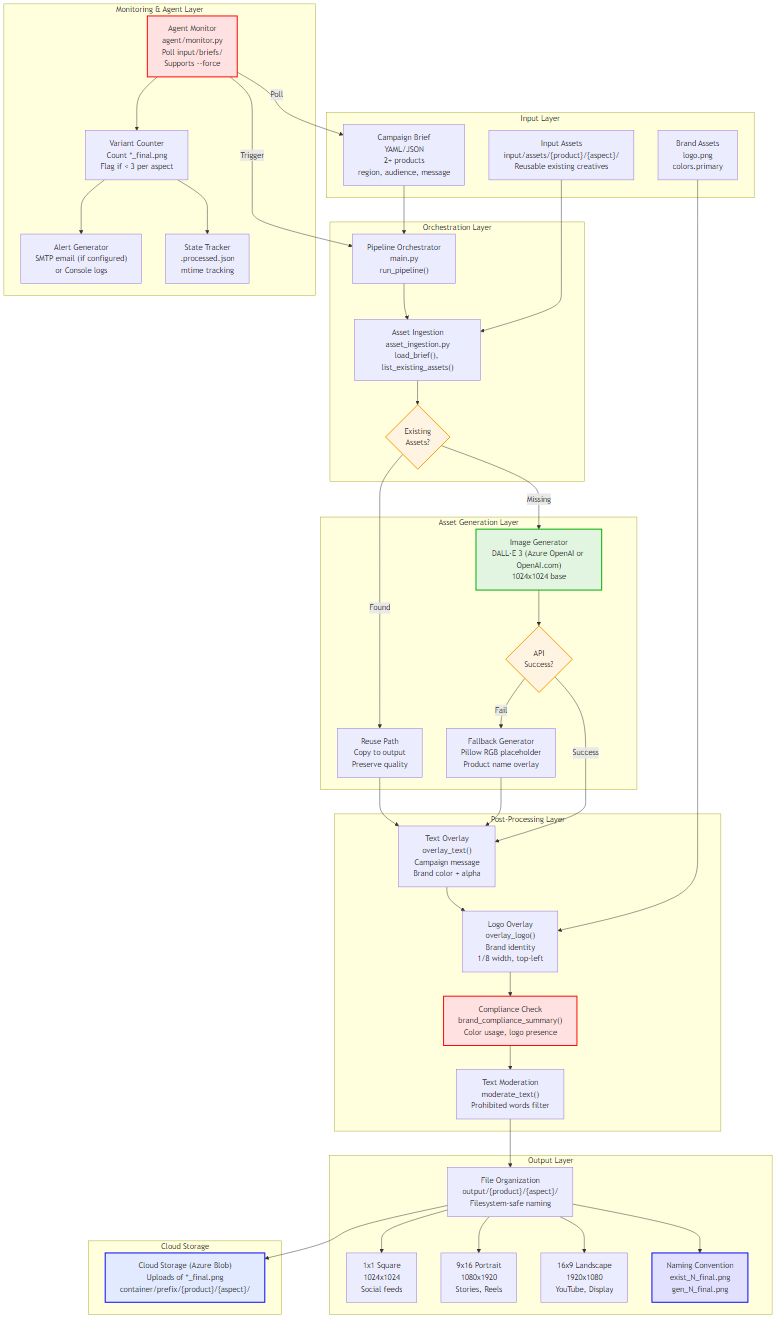
Earlier version of the Mermaid export docs/architecture_diagram.png (serapsen/ai-automation). Its source is kept beside it as docs/architecture_diagram.mmd.
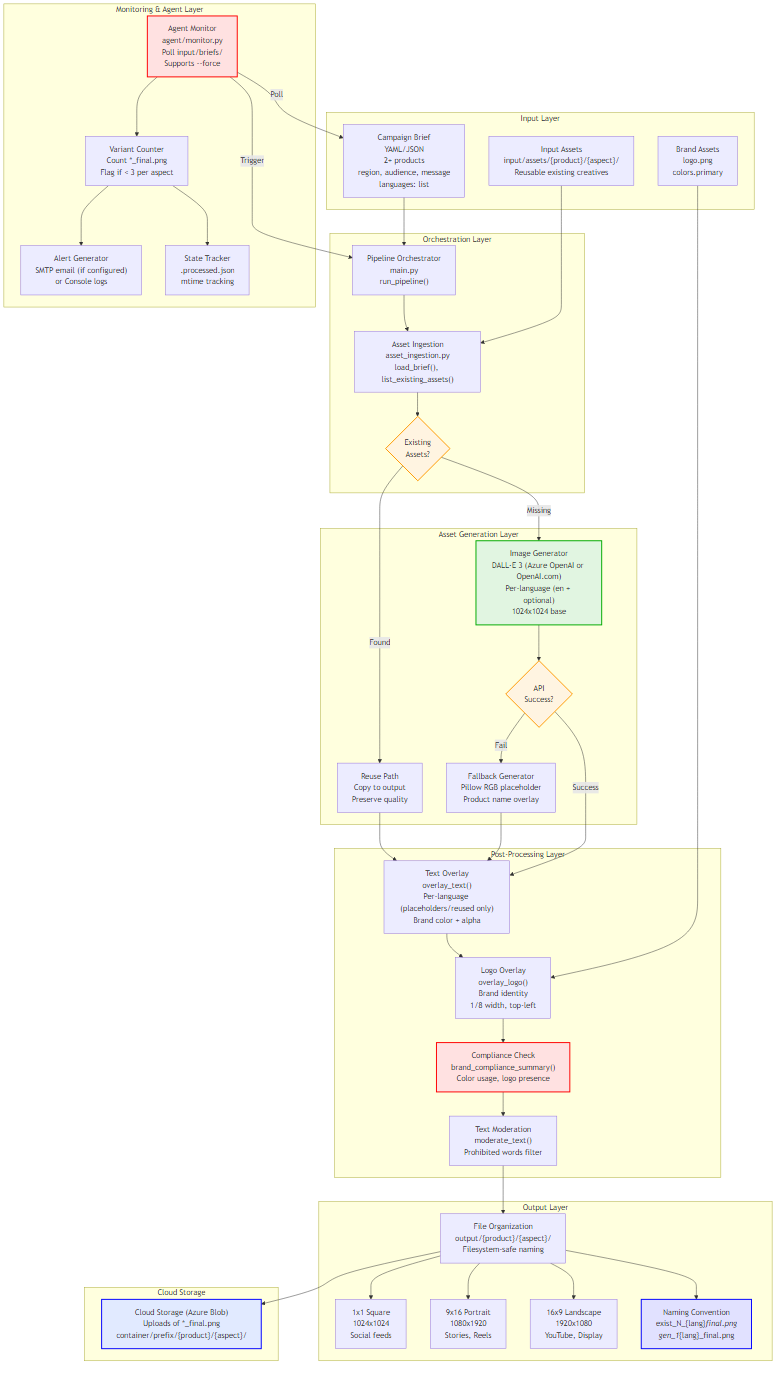
Above is the later version.

Change to the diagram source:
```diff
@@ -1,6 +1,6 @@
 flowchart TB
   subgraph "Input Layer"
-    A["Campaign Brief<br/>YAML/JSON<br/>2+ products<br/>region, audience, message"]
+    A["Campaign Brief<br/>YAML/JSON<br/>2+ products<br/>region, audience, message<br/>languages: list"]
     B["Input Assets<br/>input/assets/{product}/{aspect}/<br/>Reusable existing creatives"]
     C["Brand Assets<br/>logo.png<br/>colors.primary"]
   end
@@ -13,13 +13,13 @@
 
   subgraph "Asset Generation Layer"
     G["Reuse Path<br/>Copy to output<br/>Preserve quality"]
-    H["Image Generator<br/>DALL·E 3 (Azure OpenAI or OpenAI.com)<br/>1024x1024 base"]
+    H["Image Generator<br/>DALL·E 3 (Azure OpenAI or OpenAI.com)<br/>Per-language (en + optional)<br/>1024x1024 base"]
     I{"API<br/>Success?"}
     J["Fallback Generator<br/>Pillow RGB placeholder<br/>Product name overlay"]
   end
 
   subgraph "Post-Processing Layer"
-    K["Text Overlay<br/>overlay_text()<br/>Campaign message<br/>Brand color + alpha"]
+    K["Text Overlay<br/>overlay_text()<br/>Per-language (placeholders/reused only)<br/>Brand color + alpha"]
     L["Logo Overlay<br/>overlay_logo()<br/>Brand identity<br/>1/8 width, top-left"]
     M["Compliance Check<br/>brand_compliance_summary()<br/>Color usage, logo presence"]
     N["Text Moderation<br/>moderate_text()<br/>Prohibited words filter"]
@@ -30,7 +30,7 @@
     P["1x1 Square<br/>1024x1024<br/>Social feeds"]
     Q["9x16 Portrait<br/>1080x1920<br/>Stories, Reels"]
     R["16x9 Landscape<br/>1920x1080<br/>YouTube, Display"]
-    S["Naming Convention<br/>exist_N_final.png<br/>gen_N_final.png"]
+    S["Naming Convention<br/>exist_N_{lang}_final.png<br/>gen_1_{lang}_final.png"]
   end
 
   subgraph "Cloud Storage"
```
